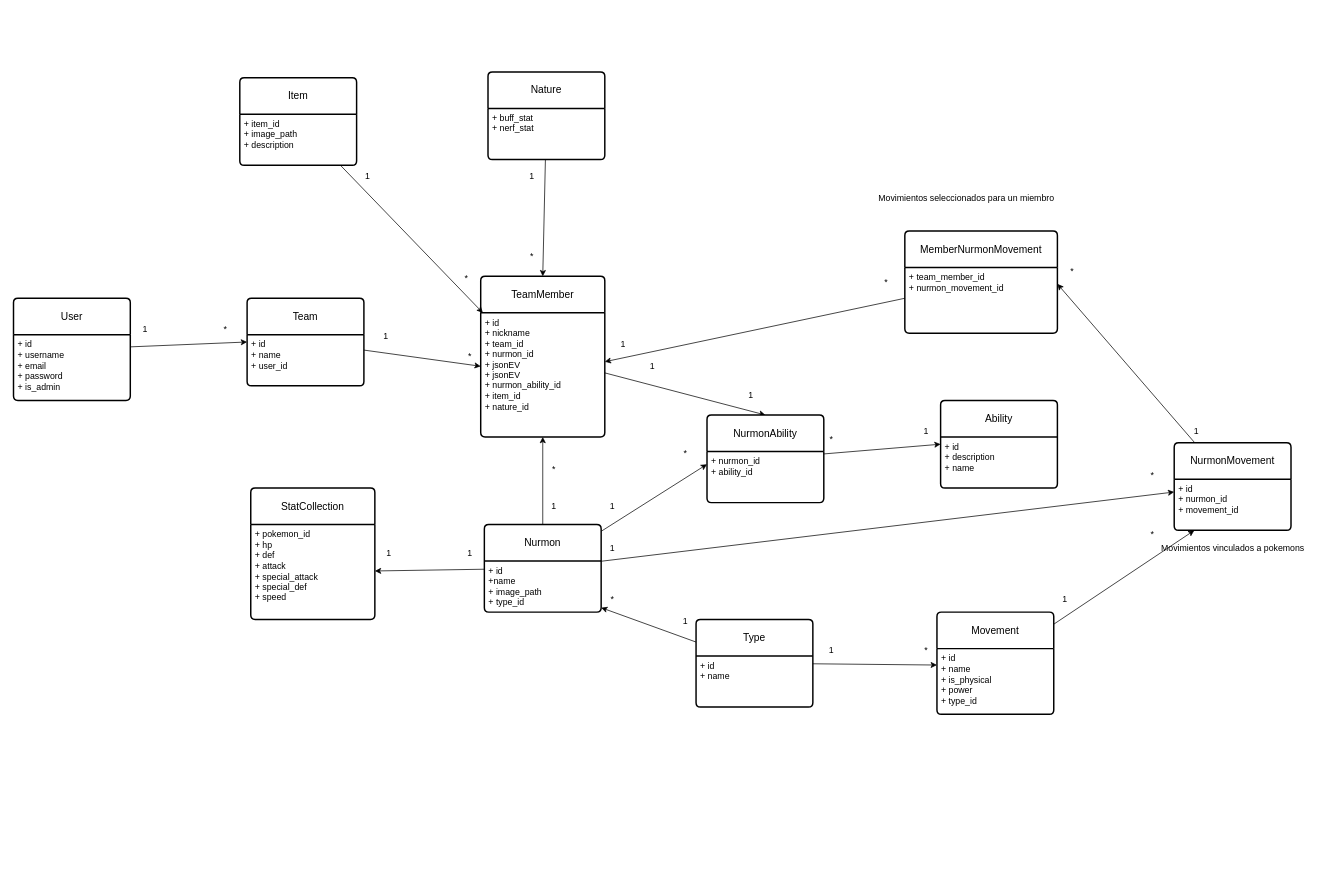
Above: backend/design/nurmon_team_design.drawio in CrimsomDuke/NurmonTeam (draw.io), before the change. Source tidied: cells renumbered, new cells numbered last; positions are measured from the earlier drawing's top-left corner, leaving out a move shared by most shapes. Both pictures are drawn from the tidied source at 73%, with x=0, y=0 at pixel (13, 72).
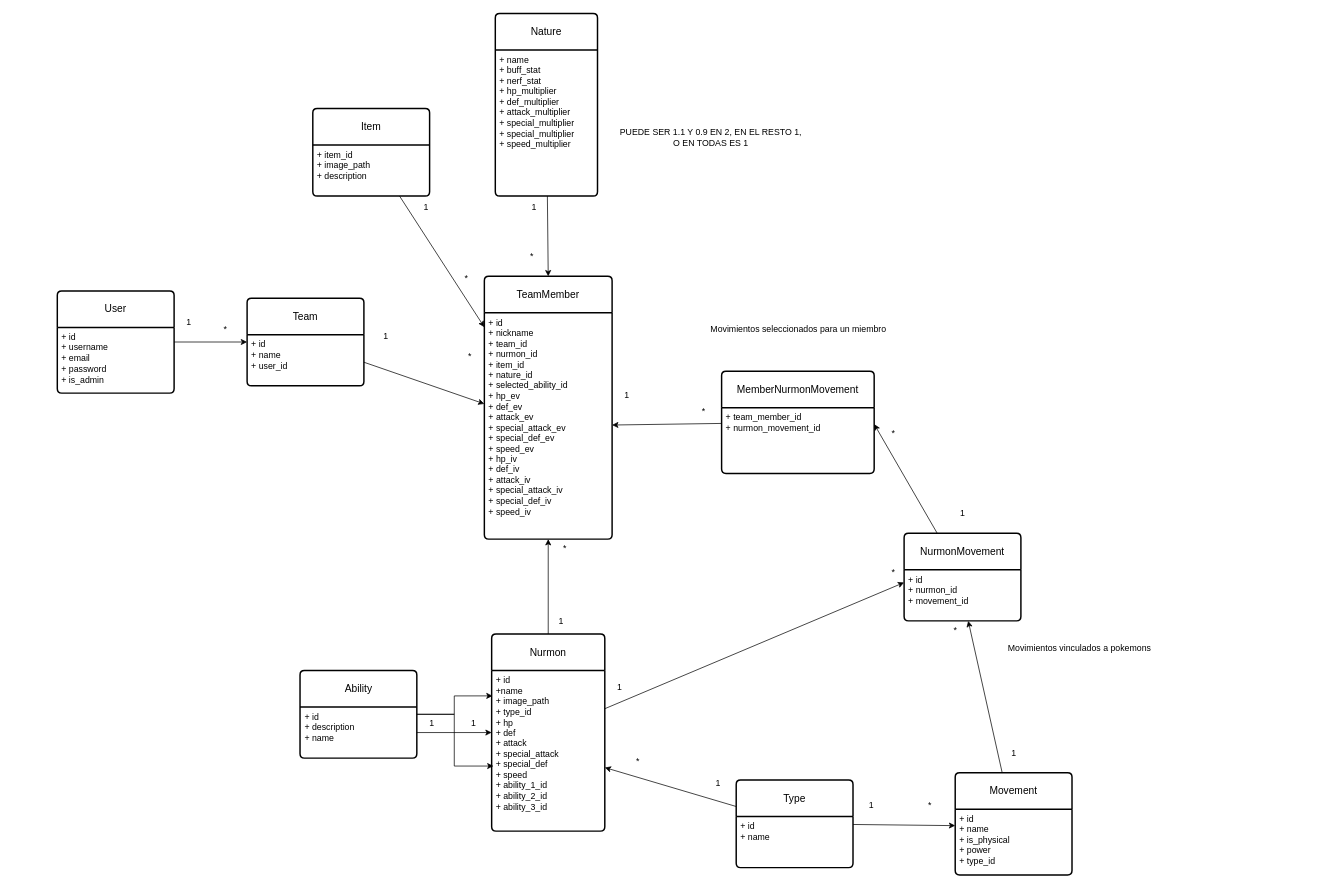
The same diagram, later.

Unchanged cells that the change refers to:
```xml
<mxCell id="18" value="&lt;div&gt;+ id&lt;/div&gt;+ description&lt;div&gt;+ name&lt;/div&gt;" style="align=left;strokeColor=none;fillColor=none;spacingLeft=4;spacingRight=4;fontSize=12;verticalAlign=top;html=1;whiteSpace=wrap;" parent="17" vertex="1">
  <mxGeometry y="50" width="160" height="70" as="geometry" />
</mxCell>
```

Change to the diagram source:
```diff
@@
     <mxCell id="3" value="User" style="swimlane;horizontal=1;startSize=50;rounded=1;fontSize=14;fontStyle=0;strokeWidth=2;shadow=0;dashed=0;align=center;arcSize=4;whiteSpace=wrap;html=1;" parent="1" vertex="1">
-      <mxGeometry y="310" width="160" height="140" as="geometry" />
+      <mxGeometry x="60" y="300" width="160" height="140" as="geometry" />
     </mxCell>
@@
-    <mxCell id="8" style="rounded=0;jettySize=auto;html=1;entryX=0.5;entryY=0;entryDx=0;entryDy=0;" parent="1" edge="1" source="9" target="43">
-      <mxGeometry relative="1" as="geometry" />
-    </mxCell>
     <mxCell id="9" value="TeamMember" style="swimlane;horizontal=1;startSize=50;rounded=1;fontSize=14;fontStyle=0;strokeWidth=2;shadow=0;dashed=0;align=center;arcSize=4;whiteSpace=wrap;html=1;" parent="1" vertex="1">
-      <mxGeometry x="640" y="280" width="170" height="220" as="geometry" />
+      <mxGeometry x="645" y="280" width="175" height="360" as="geometry" />
     </mxCell>
-    <mxCell id="10" value="&lt;div&gt;+ id&lt;/div&gt;+ nickname&lt;div&gt;+ team_id&lt;/div&gt;&lt;div&gt;+ nurmon_id&lt;/div&gt;&lt;div&gt;+ jsonEV&lt;/div&gt;&lt;div&gt;+ jsonEV&lt;/div&gt;&lt;div&gt;+ nurmon_ability_id&lt;/div&gt;&lt;div&gt;+ item_id&lt;/div&gt;&lt;div&gt;+ nature_id&lt;/div&gt;" style="align=left;strokeColor=none;fillColor=none;spacingLeft=4;spacingRight=4;fontSize=12;verticalAlign=top;html=1;whiteSpace=wrap;" parent="9" vertex="1">
-      <mxGeometry y="50" width="170" height="170" as="geometry" />
+    <mxCell id="10" value="&lt;div&gt;+ id&lt;/div&gt;+ nickname&lt;div&gt;+ team_id&lt;/div&gt;&lt;div&gt;+ nurmon_id&lt;/div&gt;&lt;div&gt;&lt;span style=&quot;background-color: transparent; color: light-dark(rgb(0, 0, 0), rgb(255, 255, 255));&quot;&gt;+ item_id&lt;/span&gt;&lt;/div&gt;&lt;div&gt;+ nature_id&lt;/div&gt;&lt;div&gt;+ selected_ability_id&lt;/div&gt;&lt;div&gt;+ hp_ev&lt;/div&gt;&lt;div&gt;+ def_ev&lt;/div&gt;&lt;div&gt;+ attack_ev&lt;/div&gt;&lt;div&gt;+ special_attack_ev&lt;/div&gt;&lt;div&gt;+ special_def_ev&lt;/div&gt;&lt;div&gt;+ speed_ev&lt;/div&gt;&lt;div&gt;&lt;div&gt;+ hp_iv&lt;/div&gt;&lt;div&gt;+ def_iv&lt;/div&gt;&lt;div&gt;+ attack_iv&lt;/div&gt;&lt;div&gt;+ special_attack_iv&lt;/div&gt;&lt;div&gt;+ special_def_iv&lt;/div&gt;&lt;div&gt;+ speed_iv&lt;/div&gt;&lt;/div&gt;" style="align=left;strokeColor=none;fillColor=none;spacingLeft=4;spacingRight=4;fontSize=12;verticalAlign=top;html=1;whiteSpace=wrap;" parent="9" vertex="1">
+      <mxGeometry y="50" width="175" height="310" as="geometry" />
     </mxCell>
-    <mxCell id="11" style="rounded=0;jettySize=auto;html=1;" parent="1" edge="1" source="15" target="33">
-      <mxGeometry relative="1" as="geometry" />
-    </mxCell>
@@
-    <mxCell id="13" style="rounded=0;jettySize=auto;html=1;entryX=0;entryY=0.25;entryDx=0;entryDy=0;" parent="1" edge="1" source="15" target="44">
-      <mxGeometry relative="1" as="geometry" />
-    </mxCell>
@@
     <mxCell id="15" value="Nurmon" style="swimlane;horizontal=1;startSize=50;rounded=1;fontSize=14;fontStyle=0;strokeWidth=2;shadow=0;dashed=0;align=center;arcSize=4;whiteSpace=wrap;html=1;" parent="1" vertex="1">
-      <mxGeometry x="645" y="620" width="160" height="120" as="geometry" />
+      <mxGeometry x="655" y="770" width="155" height="270" as="geometry" />
     </mxCell>
-    <mxCell id="16" value="+ id&lt;div&gt;+name&lt;/div&gt;&lt;div&gt;+ image_path&lt;/div&gt;&lt;div&gt;+ type_id&lt;/div&gt;" style="align=left;strokeColor=none;fillColor=none;spacingLeft=4;spacingRight=4;fontSize=12;verticalAlign=top;html=1;whiteSpace=wrap;" parent="15" vertex="1">
-      <mxGeometry y="50" width="160" height="70" as="geometry" />
+    <mxCell id="16" value="+ id&lt;div&gt;+name&lt;/div&gt;&lt;div&gt;+ image_path&lt;/div&gt;&lt;div&gt;+ type_id&lt;br&gt;+ hp&lt;/div&gt;&lt;div&gt;+ def&lt;/div&gt;&lt;div&gt;+ attack&lt;/div&gt;&lt;div&gt;+ special_attack&lt;/div&gt;&lt;div&gt;+ special_def&lt;/div&gt;&lt;div&gt;+ speed&lt;/div&gt;&lt;div&gt;+ ability_1_id&lt;/div&gt;&lt;div&gt;+ ability_2_id&lt;/div&gt;&lt;div&gt;+ ability_3_id&lt;/div&gt;" style="align=left;strokeColor=none;fillColor=none;spacingLeft=4;spacingRight=4;fontSize=12;verticalAlign=top;html=1;whiteSpace=wrap;" parent="15" vertex="1">
+      <mxGeometry y="50" width="155" height="220" as="geometry" />
     </mxCell>
     <mxCell id="17" value="Ability" style="swimlane;horizontal=1;startSize=50;rounded=1;fontSize=14;fontStyle=0;strokeWidth=2;shadow=0;dashed=0;align=center;arcSize=4;whiteSpace=wrap;html=1;" parent="1" vertex="1">
-      <mxGeometry x="1270" y="450" width="160" height="120" as="geometry" />
+      <mxGeometry x="392.5" y="820" width="160" height="120" as="geometry" />
     </mxCell>
@@
     <mxCell id="21" value="Type" style="swimlane;horizontal=1;startSize=50;rounded=1;fontSize=14;fontStyle=0;strokeWidth=2;shadow=0;dashed=0;align=center;arcSize=4;whiteSpace=wrap;html=1;" parent="1" vertex="1">
-      <mxGeometry x="935" y="750" width="160" height="120" as="geometry" />
+      <mxGeometry x="990" y="970" width="160" height="120" as="geometry" />
     </mxCell>
@@
     <mxCell id="24" value="Item" style="swimlane;horizontal=1;startSize=50;rounded=1;fontSize=14;fontStyle=0;strokeWidth=2;shadow=0;dashed=0;align=center;arcSize=4;whiteSpace=wrap;html=1;" parent="1" vertex="1">
-      <mxGeometry x="310" y="8" width="160" height="120" as="geometry" />
+      <mxGeometry x="410" y="50" width="160" height="120" as="geometry" />
     </mxCell>
@@
     <mxCell id="27" value="Movement" style="swimlane;horizontal=1;startSize=50;rounded=1;fontSize=14;fontStyle=0;strokeWidth=2;shadow=0;dashed=0;align=center;arcSize=4;whiteSpace=wrap;html=1;" parent="1" vertex="1">
-      <mxGeometry x="1265" y="740" width="160" height="140" as="geometry" />
+      <mxGeometry x="1290" y="960" width="160" height="140" as="geometry" />
     </mxCell>
@@
     <mxCell id="30" value="Nature" style="swimlane;horizontal=1;startSize=50;rounded=1;fontSize=14;fontStyle=0;strokeWidth=2;shadow=0;dashed=0;align=center;arcSize=4;whiteSpace=wrap;html=1;" parent="1" vertex="1">
-      <mxGeometry x="650" width="160" height="120" as="geometry" />
+      <mxGeometry x="660" y="-80" width="140" height="250" as="geometry" />
     </mxCell>
-    <mxCell id="31" value="+ buff_stat&lt;div&gt;+ nerf_stat&lt;/div&gt;" style="align=left;strokeColor=none;fillColor=none;spacingLeft=4;spacingRight=4;fontSize=12;verticalAlign=top;html=1;whiteSpace=wrap;" parent="30" vertex="1">
-      <mxGeometry y="50" width="160" height="70" as="geometry" />
+    <mxCell id="31" value="&lt;div&gt;+ name&lt;/div&gt;+ buff_stat&lt;div&gt;+ nerf_stat&lt;/div&gt;&lt;div&gt;&lt;div&gt;+ hp_multiplier&lt;/div&gt;&lt;div&gt;+ def_&lt;span style=&quot;background-color: transparent; color: light-dark(rgb(0, 0, 0), rgb(255, 255, 255));&quot;&gt;multiplier&lt;/span&gt;&lt;/div&gt;&lt;div&gt;+ attack_&lt;span style=&quot;background-color: transparent; color: light-dark(rgb(0, 0, 0), rgb(255, 255, 255));&quot;&gt;multiplier&lt;/span&gt;&lt;/div&gt;&lt;div&gt;+ special_&lt;span style=&quot;background-color: transparent; color: light-dark(rgb(0, 0, 0), rgb(255, 255, 255));&quot;&gt;multiplier&lt;/span&gt;&lt;/div&gt;&lt;div&gt;+ special_&lt;span style=&quot;background-color: transparent; color: light-dark(rgb(0, 0, 0), rgb(255, 255, 255));&quot;&gt;multiplier&lt;/span&gt;&lt;/div&gt;&lt;div&gt;+ speed_&lt;span style=&quot;background-color: transparent; color: light-dark(rgb(0, 0, 0), rgb(255, 255, 255));&quot;&gt;multiplier&lt;/span&gt;&lt;/div&gt;&lt;/div&gt;" style="align=left;strokeColor=none;fillColor=none;spacingLeft=4;spacingRight=4;fontSize=12;verticalAlign=top;html=1;whiteSpace=wrap;" parent="30" vertex="1">
+      <mxGeometry y="50" width="140" height="200" as="geometry" />
     </mxCell>
-    <mxCell id="32" value="StatCollection" style="swimlane;horizontal=1;startSize=50;rounded=1;fontSize=14;fontStyle=0;strokeWidth=2;shadow=0;dashed=0;align=center;arcSize=4;whiteSpace=wrap;html=1;" parent="1" vertex="1">
-      <mxGeometry x="325" y="570" width="170" height="180" as="geometry" />
-    </mxCell>
-    <mxCell id="33" value="+ pokemon_id&lt;div&gt;+ hp&lt;/div&gt;&lt;div&gt;+ def&lt;/div&gt;&lt;div&gt;+ attack&lt;/div&gt;&lt;div&gt;+ special_attack&lt;/div&gt;&lt;div&gt;+ special_def&lt;/div&gt;&lt;div&gt;+ speed&lt;/div&gt;" style="align=left;strokeColor=none;fillColor=none;spacingLeft=4;spacingRight=4;fontSize=12;verticalAlign=top;html=1;whiteSpace=wrap;" parent="32" vertex="1">
-      <mxGeometry y="50" width="170" height="130" as="geometry" />
-    </mxCell>
     <mxCell id="34" value="1" style="text;html=1;align=center;verticalAlign=middle;strokeColor=none;fillColor=none;" parent="1" vertex="1">
-      <mxGeometry x="165" y="338" width="30" height="30" as="geometry" />
+      <mxGeometry x="225" y="328" width="30" height="30" as="geometry" />
     </mxCell>
@@
-    <mxCell id="38" value="1" style="text;html=1;align=center;verticalAlign=middle;strokeColor=none;fillColor=none;" parent="1" vertex="1">
-      <mxGeometry x="610" y="645" width="30" height="30" as="geometry" />
-    </mxCell>
-    <mxCell id="39" value="1" style="text;html=1;align=center;verticalAlign=middle;strokeColor=none;fillColor=none;" parent="1" vertex="1">
-      <mxGeometry x="499" y="645" width="30" height="30" as="geometry" />
-    </mxCell>
-    <mxCell id="40" value="1" style="text;html=1;align=center;verticalAlign=middle;strokeColor=none;fillColor=none;" parent="1" vertex="1">
-      <mxGeometry x="725" y="580" width="30" height="30" as="geometry" />
+    <mxCell id="40" value="*" style="text;html=1;align=center;verticalAlign=middle;strokeColor=none;fillColor=none;" parent="1" vertex="1">
+      <mxGeometry x="740" y="638" width="30" height="30" as="geometry" />
     </mxCell>
-    <mxCell id="41" value="*" style="text;html=1;align=center;verticalAlign=middle;strokeColor=none;fillColor=none;" parent="1" vertex="1">
-      <mxGeometry x="725" y="530" width="30" height="30" as="geometry" />
-    </mxCell>
-    <mxCell id="42" style="rounded=0;jettySize=auto;html=1;entryX=0;entryY=0.5;entryDx=0;entryDy=0;" parent="1" edge="1" source="43" target="17">
-      <mxGeometry relative="1" as="geometry" />
-    </mxCell>
-    <mxCell id="43" value="NurmonAbility" style="swimlane;horizontal=1;startSize=50;rounded=1;fontSize=14;fontStyle=0;strokeWidth=2;shadow=0;dashed=0;align=center;arcSize=4;whiteSpace=wrap;html=1;" parent="1" vertex="1">
-      <mxGeometry x="950" y="470" width="160" height="120" as="geometry" />
-    </mxCell>
-    <mxCell id="44" value="+ nurmon_id&lt;div&gt;+ ability_id&lt;/div&gt;" style="align=left;strokeColor=none;fillColor=none;spacingLeft=4;spacingRight=4;fontSize=12;verticalAlign=top;html=1;whiteSpace=wrap;" parent="43" vertex="1">
-      <mxGeometry y="50" width="160" height="70" as="geometry" />
-    </mxCell>
-    <mxCell id="45" value="1" style="text;html=1;align=center;verticalAlign=middle;strokeColor=none;fillColor=none;" parent="1" vertex="1">
-      <mxGeometry x="805" y="580" width="30" height="30" as="geometry" />
-    </mxCell>
-    <mxCell id="46" value="*" style="text;html=1;align=center;verticalAlign=middle;strokeColor=none;fillColor=none;" parent="1" vertex="1">
-      <mxGeometry x="905" y="508" width="30" height="30" as="geometry" />
-    </mxCell>
-    <mxCell id="47" value="1" style="text;html=1;align=center;verticalAlign=middle;strokeColor=none;fillColor=none;" parent="1" vertex="1">
-      <mxGeometry x="1235" y="478" width="30" height="30" as="geometry" />
-    </mxCell>
-    <mxCell id="48" value="*" style="text;html=1;align=center;verticalAlign=middle;strokeColor=none;fillColor=none;" parent="1" vertex="1">
-      <mxGeometry x="1105" y="488" width="30" height="30" as="geometry" />
-    </mxCell>
-    <mxCell id="49" value="1" style="text;html=1;align=center;verticalAlign=middle;strokeColor=none;fillColor=none;" parent="1" vertex="1">
-      <mxGeometry x="860" y="388" width="30" height="30" as="geometry" />
-    </mxCell>
-    <mxCell id="50" value="1" style="text;html=1;align=center;verticalAlign=middle;strokeColor=none;fillColor=none;" parent="1" vertex="1">
-      <mxGeometry x="995" y="428" width="30" height="30" as="geometry" />
-    </mxCell>
@@
     <mxCell id="52" value="1" style="text;html=1;align=center;verticalAlign=middle;strokeColor=none;fillColor=none;" parent="1" vertex="1">
-      <mxGeometry x="695" y="128" width="30" height="30" as="geometry" />
+      <mxGeometry x="697.5" y="170" width="30" height="30" as="geometry" />
     </mxCell>
@@
     <mxCell id="54" value="NurmonMovement" style="swimlane;horizontal=1;startSize=50;rounded=1;fontSize=14;fontStyle=0;strokeWidth=2;shadow=0;dashed=0;align=center;arcSize=4;whiteSpace=wrap;html=1;" parent="1" vertex="1">
-      <mxGeometry x="1590" y="508" width="160" height="120" as="geometry" />
+      <mxGeometry x="1220" y="632" width="160" height="120" as="geometry" />
     </mxCell>
@@
-    <mxCell id="56" value="1" style="text;html=1;align=center;verticalAlign=middle;strokeColor=none;fillColor=none;" parent="1" vertex="1">
-      <mxGeometry x="905" y="738" width="30" height="30" as="geometry" />
-    </mxCell>
-    <mxCell id="57" value="*" style="text;html=1;align=center;verticalAlign=middle;strokeColor=none;fillColor=none;" parent="1" vertex="1">
-      <mxGeometry x="805" y="708" width="30" height="30" as="geometry" />
-    </mxCell>
-    <mxCell id="58" value="1" style="text;html=1;align=center;verticalAlign=middle;strokeColor=none;fillColor=none;" parent="1" vertex="1">
-      <mxGeometry x="805" y="638" width="30" height="30" as="geometry" />
-    </mxCell>
     <mxCell id="59" value="*" style="text;html=1;align=center;verticalAlign=middle;strokeColor=none;fillColor=none;" parent="1" vertex="1">
-      <mxGeometry x="1545" y="538" width="30" height="30" as="geometry" />
+      <mxGeometry x="1190" y="670" width="30" height="30" as="geometry" />
     </mxCell>
-    <mxCell id="60" value="1" style="text;html=1;align=center;verticalAlign=middle;strokeColor=none;fillColor=none;" parent="1" vertex="1">
-      <mxGeometry x="1425" y="708" width="30" height="30" as="geometry" />
-    </mxCell>
-    <mxCell id="61" value="*" style="text;html=1;align=center;verticalAlign=middle;strokeColor=none;fillColor=none;" parent="1" vertex="1">
-      <mxGeometry x="1545" y="618" width="30" height="30" as="geometry" />
-    </mxCell>
@@
     <mxCell id="63" value="MemberNurmonMovement" style="swimlane;horizontal=1;startSize=50;rounded=1;fontSize=14;fontStyle=0;strokeWidth=2;shadow=0;dashed=0;align=center;arcSize=4;whiteSpace=wrap;html=1;" parent="1" vertex="1">
-      <mxGeometry x="1221" y="218" width="209" height="140" as="geometry" />
+      <mxGeometry x="970" y="410" width="209" height="140" as="geometry" />
     </mxCell>
@@
     <mxCell id="65" value="1" style="text;html=1;align=center;verticalAlign=middle;strokeColor=none;fillColor=none;" parent="1" vertex="1">
-      <mxGeometry x="820" y="358" width="30" height="30" as="geometry" />
+      <mxGeometry x="825" y="428" width="30" height="30" as="geometry" />
     </mxCell>
     <mxCell id="66" value="*" style="text;html=1;align=center;verticalAlign=middle;strokeColor=none;fillColor=none;" parent="1" vertex="1">
-      <mxGeometry x="1180" y="273" width="30" height="30" as="geometry" />
+      <mxGeometry x="930" y="450" width="30" height="30" as="geometry" />
     </mxCell>
     <mxCell id="67" value="1" style="text;html=1;align=center;verticalAlign=middle;strokeColor=none;fillColor=none;" parent="1" vertex="1">
-      <mxGeometry x="1605" y="478" width="30" height="30" as="geometry" />
+      <mxGeometry x="1285" y="590" width="30" height="30" as="geometry" />
     </mxCell>
     <mxCell id="68" value="*" style="text;html=1;align=center;verticalAlign=middle;strokeColor=none;fillColor=none;" parent="1" vertex="1">
-      <mxGeometry x="1435" y="258" width="30" height="30" as="geometry" />
+      <mxGeometry x="1190" y="480" width="30" height="30" as="geometry" />
     </mxCell>
-    <mxCell id="69" value="1" style="text;html=1;align=center;verticalAlign=middle;strokeColor=none;fillColor=none;" parent="1" vertex="1">
-      <mxGeometry x="1105" y="778" width="30" height="30" as="geometry" />
-    </mxCell>
     <mxCell id="70" value="*" style="text;html=1;align=center;verticalAlign=middle;strokeColor=none;fillColor=none;" parent="1" vertex="1">
-      <mxGeometry x="1235" y="778" width="30" height="30" as="geometry" />
+      <mxGeometry x="1240" y="990" width="30" height="30" as="geometry" />
     </mxCell>
     <mxCell id="71" value="1" style="text;html=1;align=center;verticalAlign=middle;strokeColor=none;fillColor=none;" parent="1" vertex="1">
-      <mxGeometry x="470" y="128" width="30" height="30" as="geometry" />
+      <mxGeometry x="550" y="170" width="30" height="30" as="geometry" />
     </mxCell>
@@
     <mxCell id="73" value="Movimientos seleccionados para un miembro" style="text;html=1;align=center;verticalAlign=middle;strokeColor=none;fillColor=none;" parent="1" vertex="1">
-      <mxGeometry x="1175" y="158" width="260" height="30" as="geometry" />
+      <mxGeometry x="944.5" y="338" width="260" height="30" as="geometry" />
     </mxCell>
     <mxCell id="74" value="Movimientos vinculados a pokemons" style="text;html=1;align=center;verticalAlign=middle;strokeColor=none;fillColor=none;" parent="1" vertex="1">
-      <mxGeometry x="1560" y="638" width="220" height="30" as="geometry" />
+      <mxGeometry x="1350" y="775" width="220" height="30" as="geometry" />
     </mxCell>
+    <mxCell id="75" style="edgeStyle=orthogonalEdgeStyle;rounded=0;jettySize=auto;html=1;entryX=0;entryY=0.5;entryDx=0;entryDy=0;" parent="1" edge="1" source="18" target="15">
+      <mxGeometry relative="1" as="geometry" />
+    </mxCell>
+    <mxCell id="76" value="1" style="text;html=1;align=center;verticalAlign=middle;strokeColor=none;fillColor=none;" parent="1" vertex="1">
+      <mxGeometry x="735" y="738" width="30" height="30" as="geometry" />
+    </mxCell>
+    <mxCell id="77" value="*" style="text;html=1;align=center;verticalAlign=middle;strokeColor=none;fillColor=none;" parent="1" vertex="1">
+      <mxGeometry x="840" y="930" width="30" height="30" as="geometry" />
+    </mxCell>
+    <mxCell id="78" value="1" style="text;html=1;align=center;verticalAlign=middle;strokeColor=none;fillColor=none;" parent="1" vertex="1">
+      <mxGeometry x="950" y="960" width="30" height="30" as="geometry" />
+    </mxCell>
+    <mxCell id="79" value="1" style="text;html=1;align=center;verticalAlign=middle;strokeColor=none;fillColor=none;" parent="1" vertex="1">
+      <mxGeometry x="1160" y="990" width="30" height="30" as="geometry" />
+    </mxCell>
+    <mxCell id="80" value="*" style="text;html=1;align=center;verticalAlign=middle;strokeColor=none;fillColor=none;" parent="1" vertex="1">
+      <mxGeometry x="1275" y="750" width="30" height="30" as="geometry" />
+    </mxCell>
+    <mxCell id="81" value="1" style="text;html=1;align=center;verticalAlign=middle;strokeColor=none;fillColor=none;" parent="1" vertex="1">
+      <mxGeometry x="557.5" y="878" width="30" height="30" as="geometry" />
+    </mxCell>
+    <mxCell id="82" value="1" style="text;html=1;align=center;verticalAlign=middle;strokeColor=none;fillColor=none;" parent="1" vertex="1">
+      <mxGeometry x="615" y="878" width="30" height="30" as="geometry" />
+    </mxCell>
+    <mxCell id="83" value="1" style="text;html=1;align=center;verticalAlign=middle;strokeColor=none;fillColor=none;" parent="1" vertex="1">
+      <mxGeometry x="815" y="828" width="30" height="30" as="geometry" />
+    </mxCell>
+    <mxCell id="84" value="1" style="text;html=1;align=center;verticalAlign=middle;strokeColor=none;fillColor=none;" parent="1" vertex="1">
+      <mxGeometry x="1355" y="918" width="30" height="30" as="geometry" />
+    </mxCell>
+    <mxCell id="85" style="edgeStyle=orthogonalEdgeStyle;rounded=0;jettySize=auto;html=1;entryX=0.008;entryY=0.158;entryDx=0;entryDy=0;entryPerimeter=0;" parent="1" edge="1" source="17" target="16">
+      <mxGeometry relative="1" as="geometry" />
+    </mxCell>
+    <mxCell id="86" style="edgeStyle=orthogonalEdgeStyle;rounded=0;jettySize=auto;html=1;entryX=0.016;entryY=0.595;entryDx=0;entryDy=0;entryPerimeter=0;" parent="1" edge="1" source="17" target="16">
+      <mxGeometry relative="1" as="geometry" />
+    </mxCell>
+    <mxCell id="87" value="PUEDE SER 1.1 Y 0.9 EN 2, EN EL RESTO 1,&lt;br&gt;O EN TODAS ES 1" style="text;html=1;align=center;verticalAlign=middle;strokeColor=none;fillColor=none;" parent="1" vertex="1">
+      <mxGeometry x="820" y="70" width="270" height="40" as="geometry" />
+    </mxCell>
```
